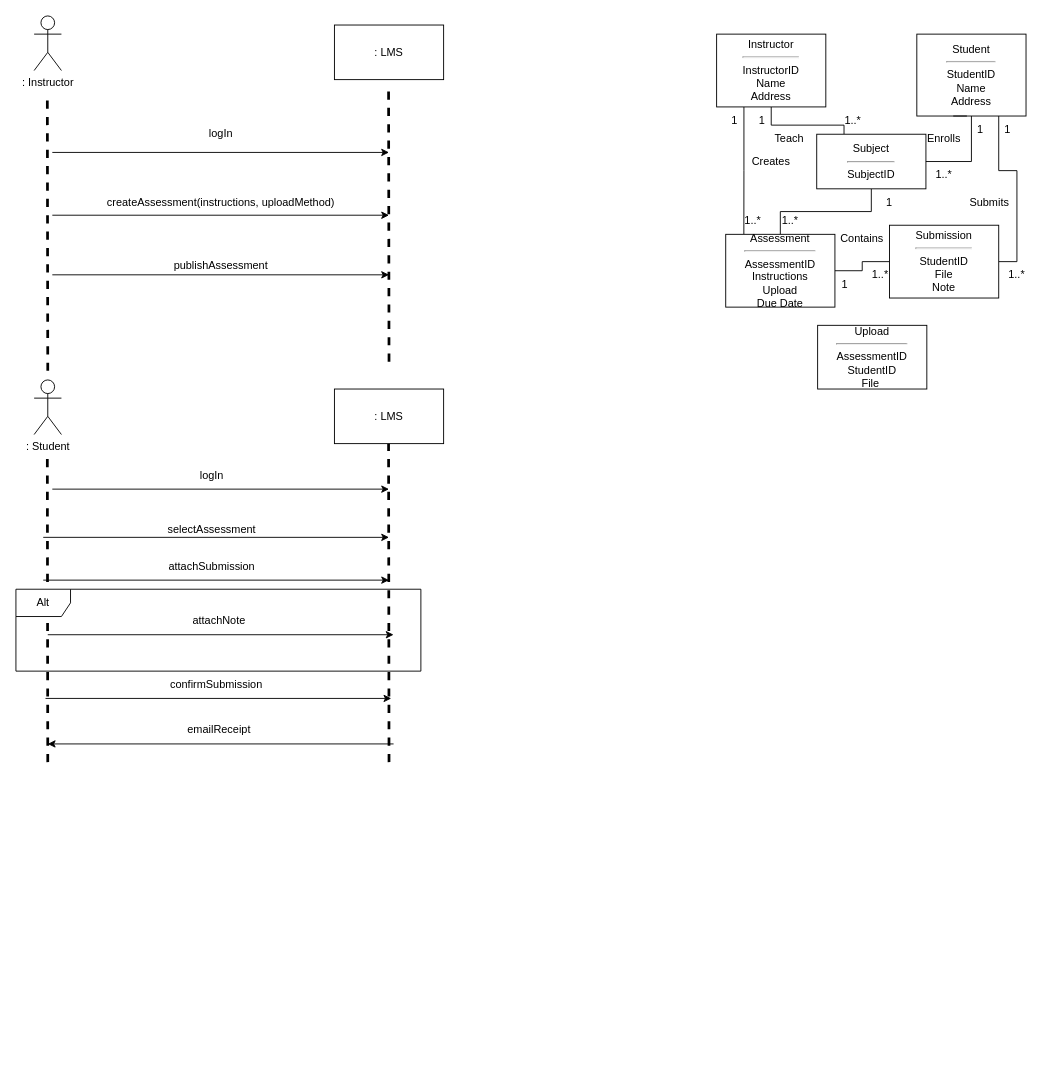
Above: Workshop3.drawio in SWEN30006-14/Workshops (draw.io), before the change. Source tidied: cells renumbered, new cells numbered last; positions are measured from the earlier drawing's top-left corner, leaving out a move shared by most shapes. Both pictures are drawn from the tidied source at 91%, with x=0, y=0 at pixel (15, 15).
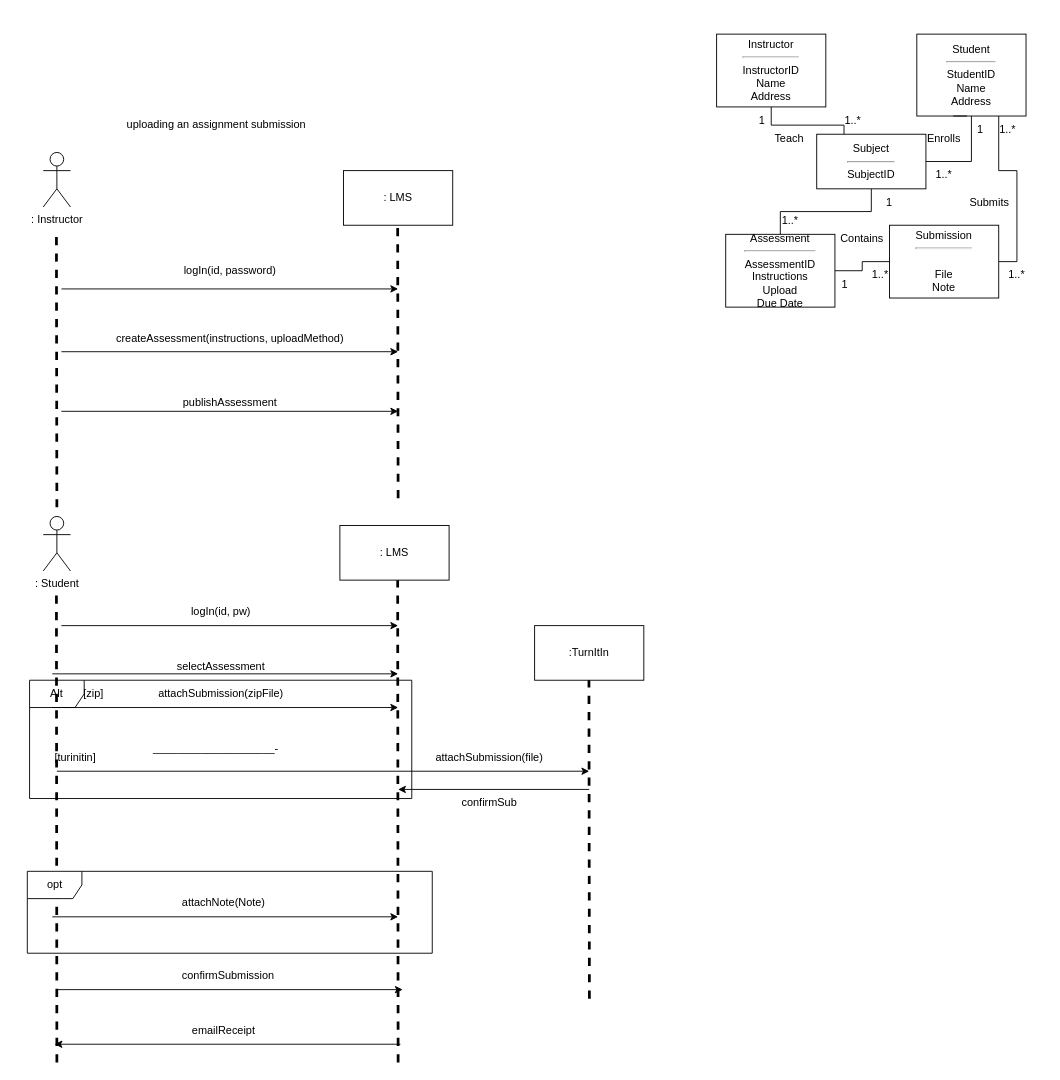
The same page after the edit.

The change refers to these unchanged cells:
```xml
<mxCell id="4" value="Instructor&lt;br&gt;&lt;hr&gt;InstructorID&lt;br&gt;Name&lt;br&gt;Address" style="rounded=0;whiteSpace=wrap;html=1;" parent="1" vertex="1">
  <mxGeometry x="770" y="20" width="120" height="80" as="geometry" />
</mxCell>
<mxCell id="8" value="Assessment&lt;br&gt;&lt;hr style=&quot;text-align: left;&quot;&gt;AssessmentID&lt;br&gt;Instructions&lt;br&gt;Upload&lt;br&gt;Due Date" style="rounded=0;whiteSpace=wrap;html=1;" parent="1" vertex="1">
  <mxGeometry x="780" y="240" width="120" height="80" as="geometry" />
</mxCell>
```

Change to the diagram source:
```diff
@@
+    <mxCell id="59" value="Alt" style="shape=umlFrame;whiteSpace=wrap;html=1;" parent="1" vertex="1">
+      <mxGeometry x="15" y="730" width="420" height="130" as="geometry" />
+    </mxCell>
@@
-    <mxCell id="3" style="edgeStyle=orthogonalEdgeStyle;rounded=0;jettySize=auto;html=1;exitX=0.25;exitY=1;exitDx=0;exitDy=0;entryX=0.166;entryY=-0.002;entryDx=0;entryDy=0;entryPerimeter=0;endArrow=none;endFill=0;" parent="1" edge="1" source="4" target="8">
-      <mxGeometry relative="1" as="geometry" />
-    </mxCell>
@@
-    <mxCell id="18" value="Creates" style="text;html=1;strokeColor=none;fillColor=none;align=center;verticalAlign=middle;whiteSpace=wrap;rounded=0;" parent="1" vertex="1">
-      <mxGeometry x="800" y="145" width="60" height="30" as="geometry" />
-    </mxCell>
-    <mxCell id="19" value="1" style="text;html=1;strokeColor=none;fillColor=none;align=center;verticalAlign=middle;whiteSpace=wrap;rounded=0;" parent="1" vertex="1">
-      <mxGeometry x="760" y="100" width="60" height="30" as="geometry" />
-    </mxCell>
-    <mxCell id="20" value="1..*" style="text;html=1;strokeColor=none;fillColor=none;align=center;verticalAlign=middle;whiteSpace=wrap;rounded=0;" parent="1" vertex="1">
-      <mxGeometry x="780" y="210" width="60" height="30" as="geometry" />
-    </mxCell>
@@
-    <mxCell id="22" value="Submission&lt;br&gt;&lt;hr&gt;StudentID&lt;br&gt;File&lt;br&gt;Note" style="rounded=0;whiteSpace=wrap;html=1;" parent="1" vertex="1">
+    <mxCell id="22" value="Submission&lt;br&gt;&lt;hr&gt;&lt;br&gt;File&lt;br&gt;Note" style="rounded=0;whiteSpace=wrap;html=1;" parent="1" vertex="1">
       <mxGeometry x="960" y="230" width="120" height="80" as="geometry" />
     </mxCell>
@@
-    <mxCell id="28" value="1" style="text;html=1;strokeColor=none;fillColor=none;align=center;verticalAlign=middle;whiteSpace=wrap;rounded=0;" parent="1" vertex="1">
+    <mxCell id="28" value="1..*" style="text;html=1;strokeColor=none;fillColor=none;align=center;verticalAlign=middle;whiteSpace=wrap;rounded=0;" parent="1" vertex="1">
       <mxGeometry x="1060" y="110" width="60" height="30" as="geometry" />
     </mxCell>
@@
-    <mxCell id="31" value="Upload&lt;br&gt;&lt;hr style=&quot;text-align: left;&quot;&gt;AssessmentID&lt;br&gt;StudentID&lt;br&gt;File&amp;nbsp;" style="rounded=0;whiteSpace=wrap;html=1;" parent="1" vertex="1">
-      <mxGeometry x="881" y="340" width="120" height="70" as="geometry" />
-    </mxCell>
     <mxCell id="32" value=": Instructor" style="shape=umlActor;verticalLabelPosition=bottom;verticalAlign=top;html=1;" parent="1" vertex="1">
-      <mxGeometry x="20" width="30" height="60" as="geometry" />
+      <mxGeometry x="30" y="150" width="30" height="60" as="geometry" />
     </mxCell>
     <mxCell id="33" style="endArrow=none;html=1;rounded=0;strokeWidth=3;dashed=1;" parent="1" edge="1">
       <mxGeometry relative="1" as="geometry">
-        <mxPoint x="35" y="390" as="sourcePoint" />
-        <mxPoint x="34.5" y="90" as="targetPoint" />
+        <mxPoint x="45" y="540" as="sourcePoint" />
+        <mxPoint x="44.5" y="240" as="targetPoint" />
       </mxGeometry>
     </mxCell>
     <mxCell id="34" value=": LMS" style="rounded=0;whiteSpace=wrap;html=1;" parent="1" vertex="1">
-      <mxGeometry x="350" y="10" width="120" height="60" as="geometry" />
+      <mxGeometry x="360" y="170" width="120" height="60" as="geometry" />
     </mxCell>
     <mxCell id="35" style="endArrow=none;html=1;rounded=0;strokeWidth=3;dashed=1;" parent="1" edge="1">
       <mxGeometry relative="1" as="geometry">
-        <mxPoint x="410" y="380" as="sourcePoint" />
-        <mxPoint x="409.5" y="80" as="targetPoint" />
+        <mxPoint x="420" y="530" as="sourcePoint" />
+        <mxPoint x="419.5" y="230" as="targetPoint" />
       </mxGeometry>
     </mxCell>
     <mxCell id="36" style="endArrow=classic;html=1;rounded=0;strokeWidth=1;" parent="1" edge="1">
       <mxGeometry relative="1" as="geometry">
-        <mxPoint x="40" y="150" as="sourcePoint" />
-        <mxPoint x="410" y="150" as="targetPoint" />
+        <mxPoint x="50" y="300" as="sourcePoint" />
+        <mxPoint x="420" y="300" as="targetPoint" />
       </mxGeometry>
     </mxCell>
-    <mxCell id="37" value="logIn" style="text;html=1;align=center;verticalAlign=middle;strokeColor=none;fillColor=none;" parent="1" vertex="1">
-      <mxGeometry x="200" y="115" width="50" height="30" as="geometry" />
+    <mxCell id="37" value="logIn(id, password)" style="text;html=1;align=center;verticalAlign=middle;strokeColor=none;fillColor=none;" parent="1" vertex="1">
+      <mxGeometry x="175" y="265" width="120" height="30" as="geometry" />
     </mxCell>
     <mxCell id="38" style="endArrow=classic;html=1;rounded=0;strokeWidth=1;" parent="1" edge="1">
       <mxGeometry relative="1" as="geometry">
-        <mxPoint x="40" y="219" as="sourcePoint" />
-        <mxPoint x="410" y="219" as="targetPoint" />
+        <mxPoint x="50" y="369" as="sourcePoint" />
+        <mxPoint x="420" y="369" as="targetPoint" />
       </mxGeometry>
     </mxCell>
     <mxCell id="39" value="createAssessment(instructions, uploadMethod)" style="text;html=1;align=center;verticalAlign=middle;strokeColor=none;fillColor=none;" parent="1" vertex="1">
-      <mxGeometry x="90" y="190" width="270" height="30" as="geometry" />
+      <mxGeometry x="100" y="340" width="270" height="30" as="geometry" />
     </mxCell>
     <mxCell id="40" style="endArrow=classic;html=1;rounded=0;strokeWidth=1;" parent="1" edge="1">
       <mxGeometry relative="1" as="geometry">
-        <mxPoint x="40" y="284.5" as="sourcePoint" />
-        <mxPoint x="410" y="284.5" as="targetPoint" />
+        <mxPoint x="50" y="434.5" as="sourcePoint" />
+        <mxPoint x="420" y="434.5" as="targetPoint" />
       </mxGeometry>
     </mxCell>
     <mxCell id="41" value="publishAssessment" style="text;html=1;align=center;verticalAlign=middle;strokeColor=none;fillColor=none;" parent="1" vertex="1">
-      <mxGeometry x="160" y="260" width="130" height="30" as="geometry" />
+      <mxGeometry x="170" y="410" width="130" height="30" as="geometry" />
     </mxCell>
     <mxCell id="42" value=": Student" style="shape=umlActor;verticalLabelPosition=bottom;verticalAlign=top;html=1;" parent="1" vertex="1">
-      <mxGeometry x="20" y="400" width="30" height="60" as="geometry" />
+      <mxGeometry x="30" y="550" width="30" height="60" as="geometry" />
     </mxCell>
     <mxCell id="43" style="endArrow=none;html=1;rounded=0;strokeWidth=3;dashed=1;" parent="1" edge="1">
       <mxGeometry relative="1" as="geometry">
-        <mxPoint x="35" y="820" as="sourcePoint" />
-        <mxPoint x="34.5" y="480" as="targetPoint" />
+        <mxPoint x="45" y="1150" as="sourcePoint" />
+        <mxPoint x="44.5" y="630" as="targetPoint" />
       </mxGeometry>
     </mxCell>
     <mxCell id="44" style="endArrow=none;html=1;rounded=0;strokeWidth=3;dashed=1;" parent="1" edge="1">
       <mxGeometry relative="1" as="geometry">
-        <mxPoint x="410" y="820" as="sourcePoint" />
-        <mxPoint x="409.5" y="470" as="targetPoint" />
+        <mxPoint x="420" y="1150" as="sourcePoint" />
+        <mxPoint x="419.5" y="620" as="targetPoint" />
       </mxGeometry>
     </mxCell>
     <mxCell id="45" value=": LMS" style="rounded=0;whiteSpace=wrap;html=1;" parent="1" vertex="1">
-      <mxGeometry x="350" y="410" width="120" height="60" as="geometry" />
+      <mxGeometry x="356" y="560" width="120" height="60" as="geometry" />
     </mxCell>
     <mxCell id="46" style="endArrow=classic;html=1;rounded=0;strokeWidth=1;" parent="1" edge="1">
       <mxGeometry relative="1" as="geometry">
-        <mxPoint x="40" y="520" as="sourcePoint" />
-        <mxPoint x="410" y="520" as="targetPoint" />
+        <mxPoint x="50" y="670" as="sourcePoint" />
+        <mxPoint x="420" y="670" as="targetPoint" />
       </mxGeometry>
     </mxCell>
-    <mxCell id="47" value="logIn" style="text;html=1;align=center;verticalAlign=middle;strokeColor=none;fillColor=none;" parent="1" vertex="1">
-      <mxGeometry x="190" y="490" width="50" height="30" as="geometry" />
+    <mxCell id="47" value="logIn(id, pw)" style="text;html=1;align=center;verticalAlign=middle;strokeColor=none;fillColor=none;" parent="1" vertex="1">
+      <mxGeometry x="180" y="640" width="90" height="30" as="geometry" />
     </mxCell>
     <mxCell id="48" style="endArrow=classic;html=1;rounded=0;strokeWidth=1;" parent="1" edge="1">
       <mxGeometry relative="1" as="geometry">
-        <mxPoint x="30" y="573" as="sourcePoint" />
-        <mxPoint x="410" y="573" as="targetPoint" />
+        <mxPoint x="40" y="723" as="sourcePoint" />
+        <mxPoint x="420" y="723" as="targetPoint" />
       </mxGeometry>
     </mxCell>
     <mxCell id="49" value="selectAssessment" style="text;html=1;align=center;verticalAlign=middle;strokeColor=none;fillColor=none;" parent="1" vertex="1">
-      <mxGeometry x="155" y="550" width="120" height="30" as="geometry" />
+      <mxGeometry x="165" y="700" width="120" height="30" as="geometry" />
     </mxCell>
     <mxCell id="50" style="endArrow=classic;html=1;rounded=0;strokeWidth=1;" parent="1" edge="1">
       <mxGeometry relative="1" as="geometry">
-        <mxPoint x="30" y="620" as="sourcePoint" />
-        <mxPoint x="410" y="620" as="targetPoint" />
+        <mxPoint x="40" y="760" as="sourcePoint" />
+        <mxPoint x="420" y="760" as="targetPoint" />
       </mxGeometry>
     </mxCell>
-    <mxCell id="51" value="attachSubmission" style="text;html=1;align=center;verticalAlign=middle;strokeColor=none;fillColor=none;" parent="1" vertex="1">
-      <mxGeometry x="155" y="590" width="120" height="30" as="geometry" />
+    <mxCell id="51" value="attachSubmission(zipFile)" style="text;html=1;align=center;verticalAlign=middle;strokeColor=none;fillColor=none;" parent="1" vertex="1">
+      <mxGeometry x="145" y="730" width="160" height="30" as="geometry" />
     </mxCell>
-    <mxCell id="52" value="Alt" style="shape=umlFrame;whiteSpace=wrap;html=1;" parent="1" vertex="1">
-      <mxGeometry y="630" width="445" height="90" as="geometry" />
+    <mxCell id="52" value="opt" style="shape=umlFrame;whiteSpace=wrap;html=1;" parent="1" vertex="1">
+      <mxGeometry x="12.5" y="940" width="445" height="90" as="geometry" />
     </mxCell>
     <mxCell id="53" style="endArrow=classic;html=1;rounded=0;strokeWidth=1;" parent="1" edge="1">
       <mxGeometry relative="1" as="geometry">
-        <mxPoint x="35" y="680" as="sourcePoint" />
-        <mxPoint x="415" y="680" as="targetPoint" />
+        <mxPoint x="40" y="990" as="sourcePoint" />
+        <mxPoint x="420" y="990" as="targetPoint" />
       </mxGeometry>
     </mxCell>
-    <mxCell id="54" value="attachNote" style="text;html=1;align=center;verticalAlign=middle;strokeColor=none;fillColor=none;" parent="1" vertex="1">
-      <mxGeometry x="182.5" y="650" width="80" height="30" as="geometry" />
+    <mxCell id="54" value="attachNote(Note)" style="text;html=1;align=center;verticalAlign=middle;strokeColor=none;fillColor=none;" parent="1" vertex="1">
+      <mxGeometry x="172.5" y="960" width="110" height="30" as="geometry" />
     </mxCell>
     <mxCell id="55" style="endArrow=classic;html=1;rounded=0;strokeWidth=1;" parent="1" edge="1">
       <mxGeometry relative="1" as="geometry">
-        <mxPoint x="32.5" y="750" as="sourcePoint" />
-        <mxPoint x="412.5" y="750" as="targetPoint" />
+        <mxPoint x="45" y="1070" as="sourcePoint" />
+        <mxPoint x="425" y="1070" as="targetPoint" />
       </mxGeometry>
     </mxCell>
     <mxCell id="56" value="confirmSubmission" style="text;html=1;align=center;verticalAlign=middle;strokeColor=none;fillColor=none;" parent="1" vertex="1">
-      <mxGeometry x="160" y="720" width="120" height="30" as="geometry" />
+      <mxGeometry x="172.5" y="1040" width="120" height="30" as="geometry" />
     </mxCell>
     <mxCell id="57" style="endArrow=classic;html=1;rounded=0;strokeWidth=1;" parent="1" edge="1">
       <mxGeometry relative="1" as="geometry">
-        <mxPoint x="415" y="800" as="sourcePoint" />
-        <mxPoint x="35" y="800" as="targetPoint" />
+        <mxPoint x="422.5" y="1130" as="sourcePoint" />
+        <mxPoint x="42.5" y="1130" as="targetPoint" />
       </mxGeometry>
     </mxCell>
     <mxCell id="58" value="emailReceipt" style="text;html=1;align=center;verticalAlign=middle;strokeColor=none;fillColor=none;" parent="1" vertex="1">
-      <mxGeometry x="177.5" y="770" width="90" height="30" as="geometry" />
+      <mxGeometry x="182.5" y="1100" width="90" height="30" as="geometry" />
     </mxCell>
+    <mxCell id="60" value="uploading an assignment submission" style="text;html=1;align=center;verticalAlign=middle;strokeColor=none;fillColor=none;" parent="1" vertex="1">
+      <mxGeometry x="110" y="105" width="220" height="30" as="geometry" />
+    </mxCell>
+    <mxCell id="61" value=":TurnItIn" style="rounded=0;whiteSpace=wrap;html=1;" parent="1" vertex="1">
+      <mxGeometry x="570" y="670" width="120" height="60" as="geometry" />
+    </mxCell>
+    <mxCell id="62" style="endArrow=none;html=1;rounded=0;strokeWidth=3;dashed=1;" parent="1" edge="1">
+      <mxGeometry relative="1" as="geometry">
+        <mxPoint x="630.2" y="1080" as="sourcePoint" />
+        <mxPoint x="629.7" y="730" as="targetPoint" />
+      </mxGeometry>
+    </mxCell>
+    <mxCell id="63" value="attachSubmission(file)" style="text;html=1;align=center;verticalAlign=middle;strokeColor=none;fillColor=none;" parent="1" vertex="1">
+      <mxGeometry x="450" y="800" width="140" height="30" as="geometry" />
+    </mxCell>
+    <mxCell id="64" value="[zip]" style="text;html=1;align=center;verticalAlign=middle;strokeColor=none;fillColor=none;" parent="1" vertex="1">
+      <mxGeometry x="60" y="730" width="50" height="30" as="geometry" />
+    </mxCell>
+    <mxCell id="65" value="____________________-" style="text;html=1;strokeColor=none;fillColor=none;align=center;verticalAlign=middle;whiteSpace=wrap;rounded=0;" parent="1" vertex="1">
+      <mxGeometry x="125" y="790" width="190" height="30" as="geometry" />
+    </mxCell>
+    <mxCell id="66" value="[turinitin]" style="text;html=1;align=center;verticalAlign=middle;strokeColor=none;fillColor=none;" parent="1" vertex="1">
+      <mxGeometry x="30" y="800" width="70" height="30" as="geometry" />
+    </mxCell>
+    <mxCell id="67" style="endArrow=classic;html=1;rounded=0;strokeWidth=1;" parent="1" edge="1">
+      <mxGeometry relative="1" as="geometry">
+        <mxPoint x="45" y="830" as="sourcePoint" />
+        <mxPoint x="630" y="830" as="targetPoint" />
+      </mxGeometry>
+    </mxCell>
+    <mxCell id="68" style="endArrow=classic;html=1;rounded=0;strokeWidth=1;" parent="1" edge="1">
+      <mxGeometry relative="1" as="geometry">
+        <mxPoint x="630" y="850" as="sourcePoint" />
+        <mxPoint x="420" y="850" as="targetPoint" />
+      </mxGeometry>
+    </mxCell>
+    <mxCell id="69" value="confirmSub" style="text;html=1;align=center;verticalAlign=middle;strokeColor=none;fillColor=none;" parent="1" vertex="1">
+      <mxGeometry x="480" y="850" width="80" height="30" as="geometry" />
+    </mxCell>
```
